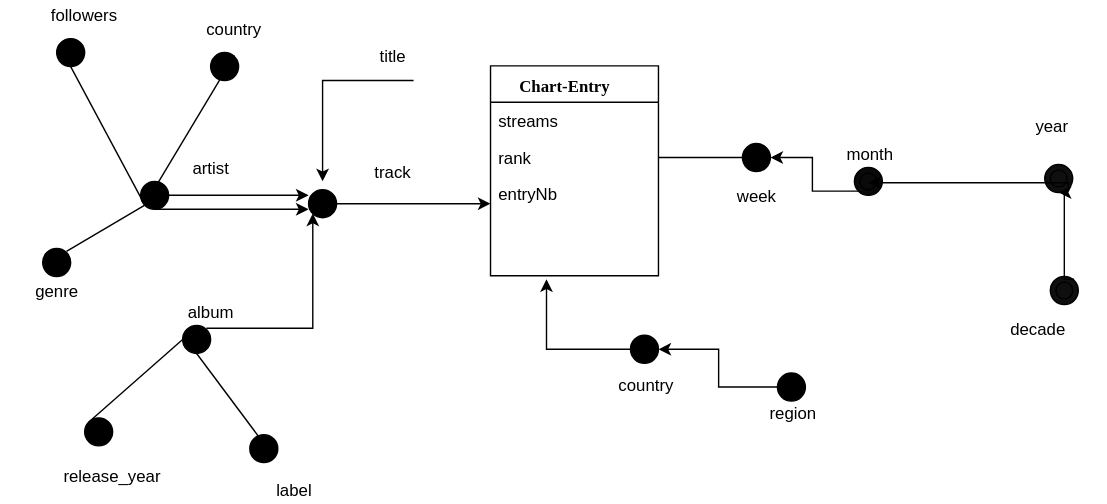
This is figures/DF1.svg from AlexChanson/DW, a draw.io export, as it was before one commit. Source tidied: cells renumbered, new cells last; positions are measured from the earlier drawing's top-left corner, leaving out a move shared by most shapes.
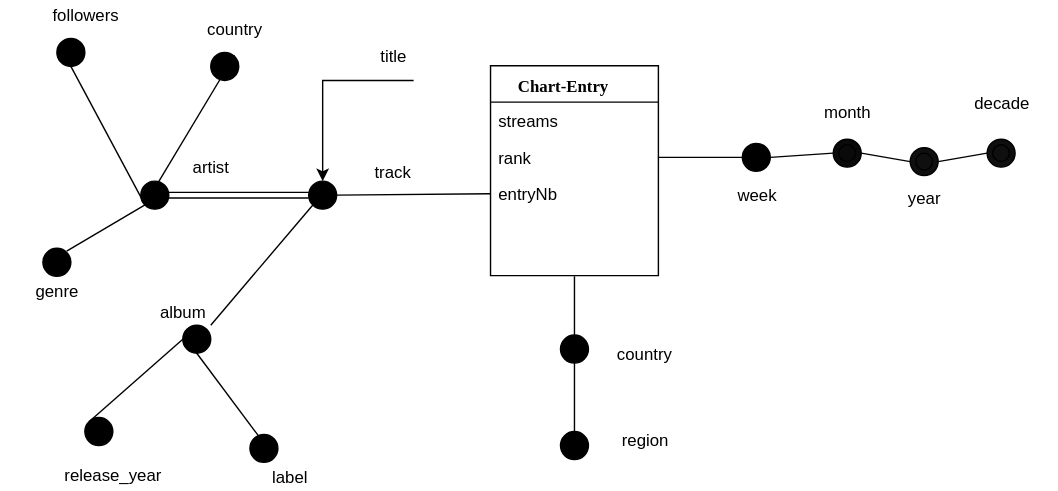
After the change.

The edit, as a diff of the source:
```diff
@@ -14,42 +14,23 @@
     <mxCell id="5" value="entryNb" style="text;html=1;strokeColor=none;fillColor=none;align=left;verticalAlign=top;spacingLeft=4;spacingRight=4;whiteSpace=wrap;overflow=hidden;points=[[0,0.5],[1,0.5]];portConstraint=eastwest;" parent="2" vertex="1">
       <mxGeometry y="78" width="120" height="26" as="geometry" />
     </mxCell>
-    <mxCell id="6" style="edgeStyle=orthogonalEdgeStyle;rounded=0;html=1;jettySize=auto;entryX=0;entryY=0.725;entryPerimeter=0;" parent="1" edge="1" source="7" target="11">
-      <mxGeometry relative="1" as="geometry">
-        <Array as="points">
-          <mxPoint x="150" y="149" />
-          <mxPoint x="150" y="149" />
-        </Array>
-      </mxGeometry>
-    </mxCell>
     <mxCell id="7" style="ellipse;shape=doubleEllipse;whiteSpace=wrap;html=1;fillColor=#000000;" parent="1" vertex="1">
       <mxGeometry x="100" y="129" width="20" height="20" as="geometry" />
     </mxCell>
-    <mxCell id="8" style="edgeStyle=orthogonalEdgeStyle;rounded=0;html=1;exitX=1;exitY=0;entryX=0;entryY=1;jettySize=auto;" parent="1" edge="1" source="9" target="11">
-      <mxGeometry relative="1" as="geometry" />
-    </mxCell>
     <mxCell id="9" style="ellipse;shape=doubleEllipse;whiteSpace=wrap;html=1;fillColor=#000000;" parent="1" vertex="1">
       <mxGeometry x="130" y="231.5" width="20" height="20" as="geometry" />
     </mxCell>
-    <mxCell id="10" style="edgeStyle=orthogonalEdgeStyle;rounded=0;html=1;jettySize=auto;" parent="1" edge="1" source="11">
-      <mxGeometry relative="1" as="geometry">
-        <mxPoint x="350" y="145" as="targetPoint" />
-      </mxGeometry>
-    </mxCell>
     <mxCell id="11" style="ellipse;shape=doubleEllipse;whiteSpace=wrap;html=1;gradientColor=none;fillColor=#000000;" parent="1" vertex="1">
-      <mxGeometry x="220" y="134.5" width="20" height="20" as="geometry" />
+      <mxGeometry x="220" y="128.5" width="20" height="20" as="geometry" />
     </mxCell>
     <mxCell id="12" style="ellipse;shape=doubleEllipse;whiteSpace=wrap;html=1;fillColor=#000000;" parent="1" vertex="1">
       <mxGeometry x="530" y="101.5" width="20" height="20" as="geometry" />
     </mxCell>
-    <mxCell id="13" style="edgeStyle=orthogonalEdgeStyle;rounded=0;html=1;exitX=0;exitY=1;entryX=1;entryY=0.5;jettySize=auto;" parent="1" edge="1" source="14" target="12">
-      <mxGeometry relative="1" as="geometry" />
-    </mxCell>
     <mxCell id="14" style="ellipse;shape=doubleEllipse;whiteSpace=wrap;html=1;fillColor=#0A0A0A;" parent="1" vertex="1">
-      <mxGeometry x="610" y="118.5" width="20" height="20" as="geometry" />
+      <mxGeometry x="595" y="99" width="20" height="20" as="geometry" />
     </mxCell>
     <mxCell id="15" style="ellipse;shape=doubleEllipse;whiteSpace=wrap;html=1;fillColor=#0F0F0F;" parent="1" vertex="1">
-      <mxGeometry x="746" y="116.5" width="20" height="20" as="geometry" />
+      <mxGeometry x="650" y="104.5" width="20" height="20" as="geometry" />
     </mxCell>
     <mxCell id="16" style="ellipse;shape=doubleEllipse;whiteSpace=wrap;html=1;fillColor=#000000;" parent="1" vertex="1">
       <mxGeometry x="30" y="176.5" width="20" height="20" as="geometry" />
@@ -61,7 +42,7 @@
     </object>
     <object id="18" label="album" name="Variable" placeholders="1">
       <mxCell style="text;html=1;strokeColor=none;fillColor=none;align=center;verticalAlign=middle;whiteSpace=wrap;overflow=hidden;" parent="1" vertex="1">
-        <mxGeometry x="110" y="211.5" width="80" height="20" as="geometry" />
+        <mxGeometry x="90" y="211.5" width="80" height="20" as="geometry" />
       </mxCell>
     </object>
     <object id="19" label="artist" name="Variable" placeholders="1">
@@ -71,12 +52,12 @@
     </object>
     <object id="20" label="year" name="Variable" placeholders="1">
       <mxCell style="text;html=1;strokeColor=none;fillColor=none;align=center;verticalAlign=middle;whiteSpace=wrap;overflow=hidden;" parent="1" vertex="1">
-        <mxGeometry x="710" y="78.5" width="80" height="20" as="geometry" />
+        <mxGeometry x="620" y="130.5" width="80" height="20" as="geometry" />
       </mxCell>
     </object>
     <object id="21" label="month" name="Variable" placeholders="1">
       <mxCell style="text;html=1;strokeColor=none;fillColor=none;align=center;verticalAlign=middle;whiteSpace=wrap;overflow=hidden;" parent="1" vertex="1">
-        <mxGeometry x="580" y="98.5" width="80" height="20" as="geometry" />
+        <mxGeometry x="565" y="69" width="80" height="20" as="geometry" />
       </mxCell>
     </object>
     <object id="22" label="week" name="Variable" placeholders="1">
@@ -102,64 +83,31 @@
     </mxCell>
     <object id="26" label="country" name="Variable" placeholders="1">
       <mxCell style="text;html=1;strokeColor=none;fillColor=none;align=center;verticalAlign=middle;whiteSpace=wrap;overflow=hidden;" parent="1" vertex="1">
-        <mxGeometry x="420" y="262" width="80" height="24" as="geometry" />
+        <mxGeometry x="420" y="239.5" width="80" height="24" as="geometry" />
       </mxCell>
     </object>
-    <mxCell id="27" style="edgeStyle=orthogonalEdgeStyle;rounded=0;html=1;jettySize=auto;" parent="1" edge="1" source="28">
-      <mxGeometry relative="1" as="geometry">
-        <mxPoint x="390" y="199" as="targetPoint" />
-      </mxGeometry>
-    </mxCell>
     <mxCell id="28" style="ellipse;shape=doubleEllipse;whiteSpace=wrap;html=1;fillColor=#000000;" parent="1" vertex="1">
-      <mxGeometry x="450" y="239" width="20" height="20" as="geometry" />
+      <mxGeometry x="400" y="239" width="20" height="20" as="geometry" />
     </mxCell>
     <object id="29" label="&lt;div&gt;region&lt;/div&gt;&lt;div&gt;&lt;br&gt;&lt;/div&gt;" name="Variable" placeholders="1">
       <mxCell style="text;html=1;strokeColor=none;fillColor=none;align=center;verticalAlign=middle;whiteSpace=wrap;overflow=hidden;" parent="1" vertex="1">
-        <mxGeometry x="525" y="286" width="80" height="24" as="geometry" />
+        <mxGeometry x="420" y="306" width="80" height="24" as="geometry" />
       </mxCell>
     </object>
-    <mxCell id="30" style="edgeStyle=orthogonalEdgeStyle;rounded=0;html=1;jettySize=auto;entryX=1;entryY=0.5;" parent="1" edge="1" source="31" target="28">
-      <mxGeometry relative="1" as="geometry" />
-    </mxCell>
     <mxCell id="31" style="ellipse;shape=doubleEllipse;whiteSpace=wrap;html=1;fillColor=#000000;" parent="1" vertex="1">
-      <mxGeometry x="555" y="265.5" width="20" height="20" as="geometry" />
+      <mxGeometry x="400" y="308" width="20" height="20" as="geometry" />
     </mxCell>
     <mxCell id="32" style="edgeStyle=orthogonalEdgeStyle;rounded=0;html=1;exitX=1;exitY=1;entryX=0.5;entryY=1;jettySize=auto;orthogonalLoop=1;" parent="1" edge="1" source="7" target="7">
       <mxGeometry relative="1" as="geometry" />
     </mxCell>
-    <mxCell id="33" style="edgeStyle=orthogonalEdgeStyle;rounded=0;html=1;jettySize=auto;orthogonalLoop=1;" parent="1" edge="1">
-      <mxGeometry relative="1" as="geometry">
-        <mxPoint x="120" y="139" as="sourcePoint" />
-        <mxPoint x="220" y="139" as="targetPoint" />
-        <Array as="points">
-          <mxPoint x="160" y="139" />
-          <mxPoint x="160" y="139" />
-        </Array>
-      </mxGeometry>
-    </mxCell>
     <mxCell id="34" style="ellipse;shape=doubleEllipse;whiteSpace=wrap;html=1;fillColor=#0F0F0F;" parent="1" vertex="1">
-      <mxGeometry x="750" y="196.5" width="20" height="20" as="geometry" />
+      <mxGeometry x="705" y="98.5" width="20" height="20" as="geometry" />
     </mxCell>
-    <mxCell id="35" style="edgeStyle=orthogonalEdgeStyle;rounded=0;html=1;exitX=1;exitY=0;entryX=0.5;entryY=1;jettySize=auto;" parent="1" edge="1" source="34" target="15">
-      <mxGeometry relative="1" as="geometry">
-        <Array as="points">
-          <mxPoint x="760" y="199" />
-        </Array>
-      </mxGeometry>
-    </mxCell>
     <object id="36" label="decade" name="Variable" placeholders="1">
       <mxCell style="text;html=1;strokeColor=none;fillColor=none;align=center;verticalAlign=middle;whiteSpace=wrap;overflow=hidden;" parent="1" vertex="1">
-        <mxGeometry x="700" y="224" width="80" height="20" as="geometry" />
+        <mxGeometry x="675" y="62.5" width="80" height="20" as="geometry" />
       </mxCell>
     </object>
-    <mxCell id="37" style="edgeStyle=orthogonalEdgeStyle;rounded=0;html=1;exitX=1;exitY=1;entryX=1;entryY=0.5;jettySize=auto;" parent="1" edge="1" source="15">
-      <mxGeometry relative="1" as="geometry">
-        <mxPoint x="619.8" y="129.8" as="targetPoint" />
-        <Array as="points">
-          <mxPoint x="763" y="130" />
-        </Array>
-      </mxGeometry>
-    </mxCell>
     <mxCell id="38" style="ellipse;shape=doubleEllipse;whiteSpace=wrap;html=1;fillColor=#000000;" parent="1" vertex="1">
       <mxGeometry x="150" y="36.5" width="20" height="20" as="geometry" />
     </mxCell>
@@ -189,7 +137,7 @@
       <mxGeometry x="178" y="310" width="20" height="20" as="geometry" />
     </mxCell>
     <mxCell id="46" value="label" style="text;html=1;strokeColor=none;fillColor=none;align=center;verticalAlign=middle;whiteSpace=wrap;rounded=0;" parent="1" vertex="1">
-      <mxGeometry x="190" y="339" width="40" height="20" as="geometry" />
+      <mxGeometry x="186" y="330" width="40" height="20" as="geometry" />
     </mxCell>
     <mxCell id="47" style="ellipse;shape=doubleEllipse;whiteSpace=wrap;html=1;fillColor=#000000;" parent="1" vertex="1">
       <mxGeometry x="40" y="26.5" width="20" height="20" as="geometry" />
@@ -206,5 +154,29 @@
     <mxCell id="51" style="endArrow=none;html=1;entryX=0;entryY=0.5;exitX=1;exitY=0.5;" parent="1" edge="1" source="4" target="12">
       <mxGeometry relative="1" as="geometry" />
     </mxCell>
+    <mxCell id="52" style="endArrow=none;html=1;entryX=0;entryY=0.5;exitX=1;exitY=0.5;" parent="1" edge="1" source="12" target="14">
+      <mxGeometry relative="1" as="geometry" />
+    </mxCell>
+    <mxCell id="53" style="endArrow=none;html=1;exitX=1;exitY=0.5;entryX=0;entryY=0.5;" parent="1" edge="1" source="14" target="15">
+      <mxGeometry relative="1" as="geometry" />
+    </mxCell>
+    <mxCell id="54" style="endArrow=none;html=1;exitX=1;exitY=0.5;entryX=0;entryY=0.5;" parent="1" edge="1" source="15" target="34">
+      <mxGeometry relative="1" as="geometry" />
+    </mxCell>
+    <mxCell id="55" style="endArrow=none;html=1;entryX=0.5;entryY=1;exitX=0.5;exitY=0;" parent="1" edge="1" source="28" target="2">
+      <mxGeometry relative="1" as="geometry" />
+    </mxCell>
+    <mxCell id="30" style="endArrow=none;html=1;entryX=0.5;entryY=1;exitX=0.5;exitY=0;" parent="1" edge="1" source="31" target="28">
+      <mxGeometry relative="1" as="geometry" />
+    </mxCell>
+    <mxCell id="6" style="shape=link;html=1;jettySize=auto;entryX=0;entryY=0.5;exitX=1;exitY=0.5;" parent="1" edge="1" source="7" target="11">
+      <mxGeometry relative="1" as="geometry" />
+    </mxCell>
+    <mxCell id="56" style="endArrow=none;html=1;exitX=1;exitY=0.5;" parent="1" edge="1" source="11" target="5">
+      <mxGeometry relative="1" as="geometry" />
+    </mxCell>
+    <mxCell id="57" style="endArrow=none;html=1;entryX=0;entryY=1;exitX=0.75;exitY=1;" parent="1" edge="1" source="18" target="11">
+      <mxGeometry relative="1" as="geometry" />
+    </mxCell>
   </root>
 </mxGraphModel>
```
